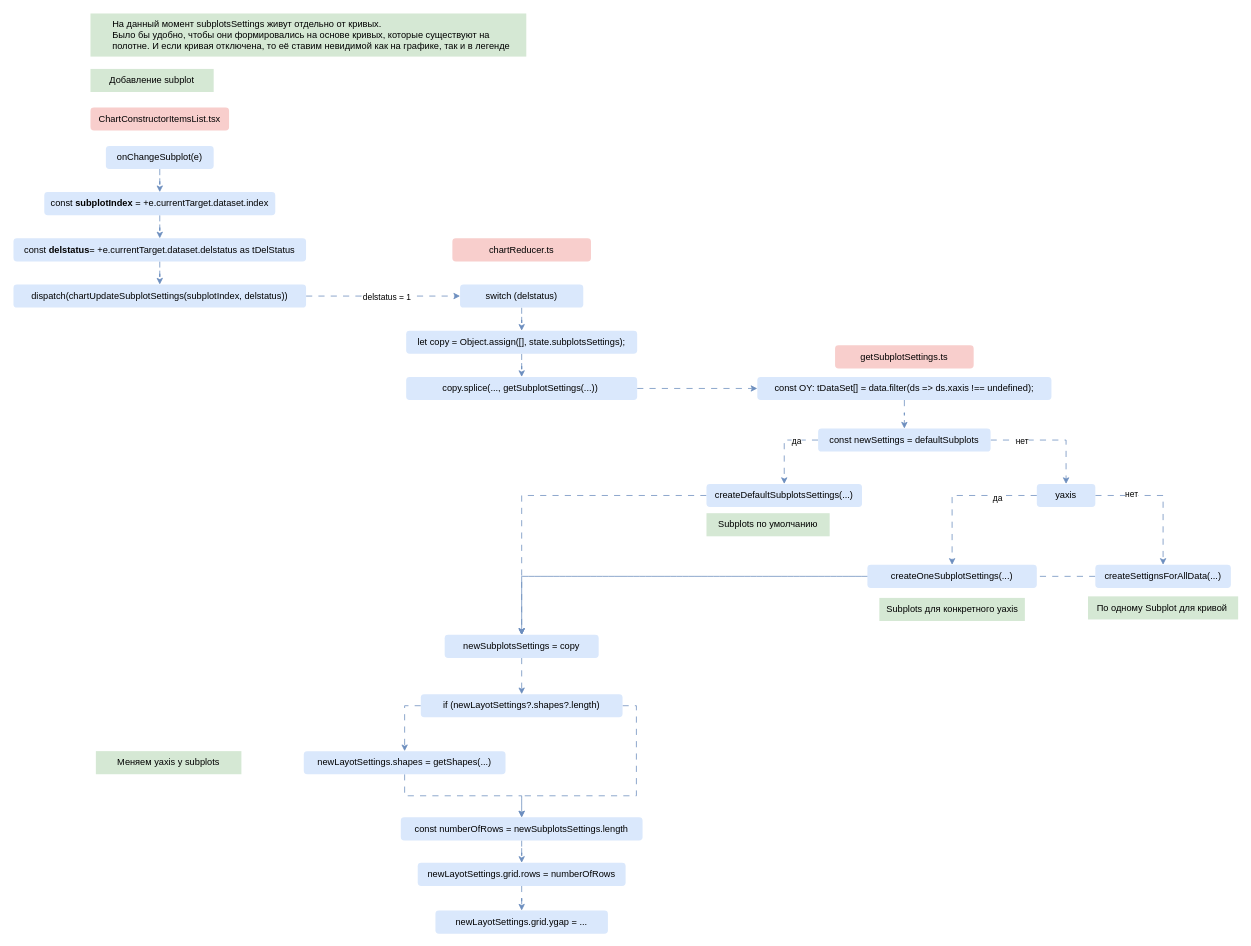
Above: page "Subplots" (3 of 3) of Plotly.drawio in orlov-oleg-developer/asuter-UML (draw.io), before the change. Source tidied: cells renumbered, new cells numbered last; positions are measured from the earlier drawing's top-left corner, leaving out a move shared by most shapes. Both pictures are drawn from the tidied source at 77%, with x=0, y=0 at pixel (13, 13).
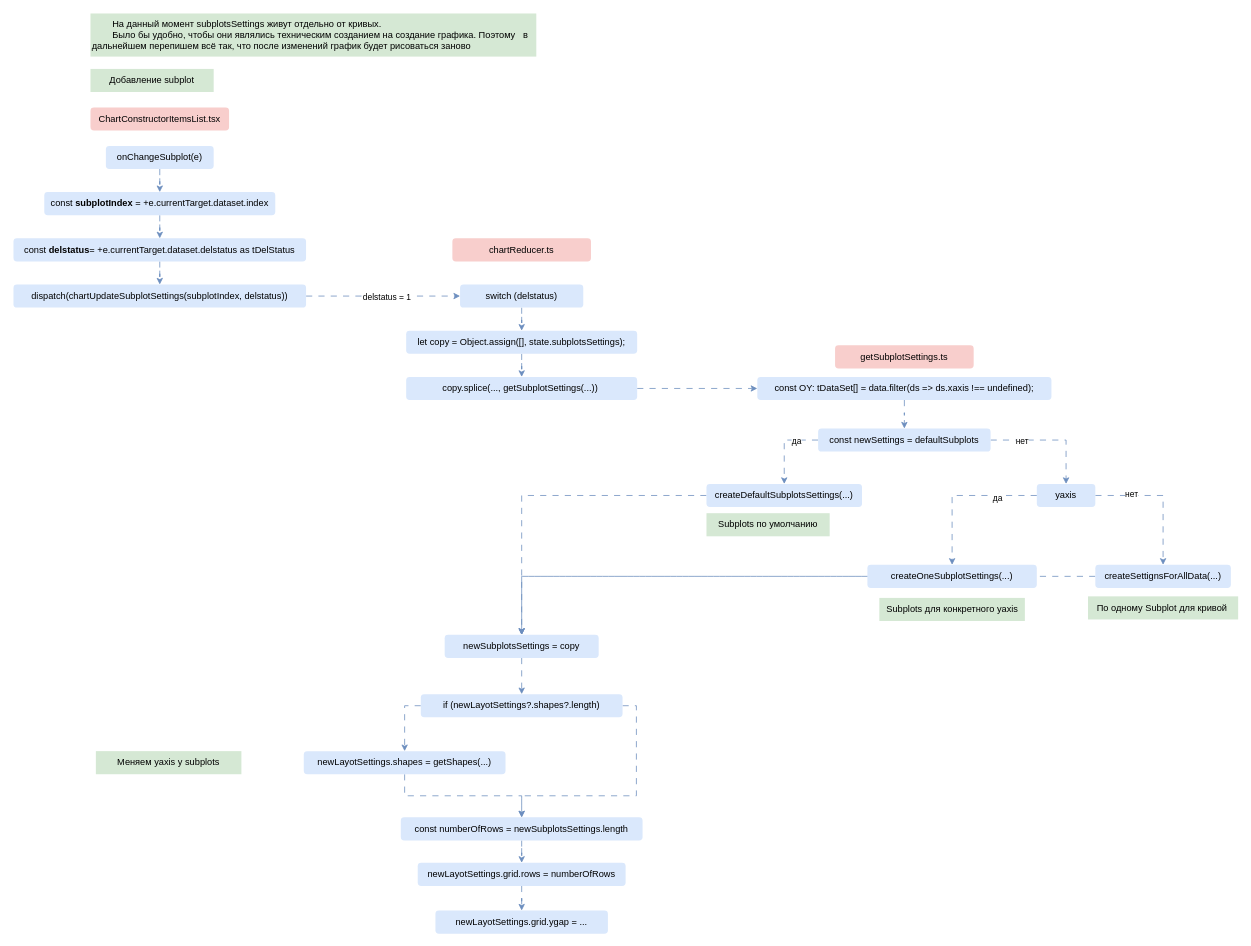
Above is the later version.

Change to the diagram source:
```diff
@@
-    <mxCell id="47" value="&lt;span style=&quot;white-space: pre;&quot;&gt;&#9;&lt;/span&gt;На данный момент&amp;nbsp;subplotsSettings живут отдельно от кривых. &lt;br&gt;&lt;span style=&quot;white-space: pre;&quot;&gt;&#9;&lt;/span&gt;Было бы удобно, чтобы они формировались на основе кривых, которые существуют на &lt;span style=&quot;white-space: pre;&quot;&gt;&#9;&lt;/span&gt;полотне. И если кривая отключена, то её ставим невидимой как на графике, так и в легенде" style="text;html=1;strokeColor=none;fillColor=#d5e8d4;align=left;verticalAlign=middle;whiteSpace=wrap;rounded=0;" parent="1" vertex="1">
-      <mxGeometry x="100" width="566" height="56" as="geometry" />
+    <mxCell id="47" value="&lt;span style=&quot;white-space: pre;&quot;&gt;&#9;&lt;/span&gt;На данный момент&amp;nbsp;subplotsSettings живут отдельно от кривых. &lt;br&gt;&lt;span style=&quot;white-space: pre;&quot;&gt;&#9;&lt;/span&gt;Было бы удобно, чтобы они являлись техническим созданием на создание графика. Поэтому&amp;nbsp; &lt;span style=&quot;white-space: pre;&quot;&gt;&#9;&lt;/span&gt;в дальнейшем перепишем всё так, что после изменений график будет рисоваться заново&amp;nbsp;" style="text;html=1;strokeColor=none;fillColor=#d5e8d4;align=left;verticalAlign=middle;whiteSpace=wrap;rounded=0;" parent="1" vertex="1">
+      <mxGeometry x="100" width="579" height="56" as="geometry" />
     </mxCell>
```
